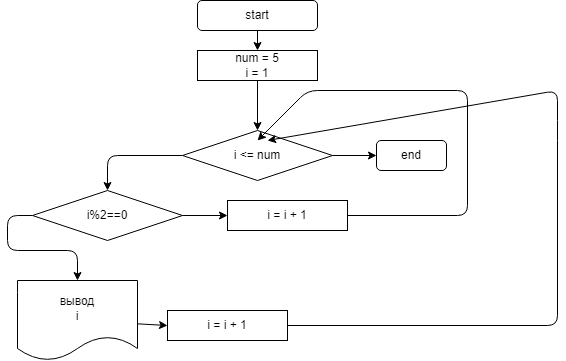
This is lesson_1/Task_4/diagram.drawio.png from 1Gar/C-Lessons, a draw.io export, as it was before one commit. Source tidied: cells renumbered, new cells last; positions are measured from the earlier drawing's top-left corner, leaving out a move shared by most shapes. The source it was exported from:
```xml
<mxGraphModel>
  <root>
    <mxCell id="0" />
    <mxCell id="1" parent="0" />
    <mxCell id="2" style="edgeStyle=none;html=1;" parent="1" edge="1" source="3" target="8">
      <mxGeometry relative="1" as="geometry" />
    </mxCell>
    <mxCell id="3" value="start" style="rounded=1;whiteSpace=wrap;html=1;" parent="1" vertex="1">
      <mxGeometry x="190" width="120" height="30" as="geometry" />
    </mxCell>
    <mxCell id="4" value="end" style="rounded=1;whiteSpace=wrap;html=1;" parent="1" vertex="1">
      <mxGeometry x="369" y="140" width="70" height="30" as="geometry" />
    </mxCell>
    <mxCell id="5" style="edgeStyle=none;html=1;entryX=0;entryY=0.5;entryDx=0;entryDy=0;" parent="1" edge="1" source="6" target="18">
      <mxGeometry relative="1" as="geometry" />
    </mxCell>
    <mxCell id="6" value="вывод&lt;br&gt;i" style="shape=document;whiteSpace=wrap;html=1;boundedLbl=1;" parent="1" vertex="1">
      <mxGeometry x="10" y="280" width="120" height="80" as="geometry" />
    </mxCell>
    <mxCell id="7" style="edgeStyle=none;html=1;entryX=0.5;entryY=0;entryDx=0;entryDy=0;" parent="1" edge="1" source="8" target="11">
      <mxGeometry relative="1" as="geometry" />
    </mxCell>
    <mxCell id="8" value="num = 5&lt;br&gt;i = 1&lt;br&gt;" style="rounded=0;whiteSpace=wrap;html=1;" parent="1" vertex="1">
      <mxGeometry x="190" y="50" width="120" height="30" as="geometry" />
    </mxCell>
    <mxCell id="9" style="edgeStyle=none;html=1;entryX=0.5;entryY=0;entryDx=0;entryDy=0;" parent="1" edge="1" source="11" target="14">
      <mxGeometry relative="1" as="geometry">
        <Array as="points">
          <mxPoint x="100" y="155" />
        </Array>
      </mxGeometry>
    </mxCell>
    <mxCell id="10" style="edgeStyle=none;html=1;entryX=0;entryY=0.5;entryDx=0;entryDy=0;" parent="1" edge="1" source="11" target="4">
      <mxGeometry relative="1" as="geometry" />
    </mxCell>
    <mxCell id="11" value="i &amp;lt;= num" style="rhombus;whiteSpace=wrap;html=1;" parent="1" vertex="1">
      <mxGeometry x="175" y="130" width="150" height="50" as="geometry" />
    </mxCell>
    <mxCell id="12" style="edgeStyle=none;html=1;entryX=0;entryY=0.5;entryDx=0;entryDy=0;" parent="1" edge="1" source="14" target="16">
      <mxGeometry relative="1" as="geometry" />
    </mxCell>
    <mxCell id="13" style="edgeStyle=none;html=1;entryX=0.5;entryY=0;entryDx=0;entryDy=0;" parent="1" edge="1" source="14" target="6">
      <mxGeometry relative="1" as="geometry">
        <Array as="points">
          <mxPoint y="215" />
          <mxPoint y="250" />
          <mxPoint x="70" y="250" />
        </Array>
      </mxGeometry>
    </mxCell>
    <mxCell id="14" value="i%2==0" style="rhombus;whiteSpace=wrap;html=1;" parent="1" vertex="1">
      <mxGeometry x="25" y="190" width="150" height="50" as="geometry" />
    </mxCell>
    <mxCell id="15" style="edgeStyle=none;html=1;" parent="1" edge="1" source="16">
      <mxGeometry relative="1" as="geometry">
        <mxPoint x="250" y="140" as="targetPoint" />
        <Array as="points">
          <mxPoint x="460" y="215" />
          <mxPoint x="460" y="90" />
          <mxPoint x="300" y="90" />
        </Array>
      </mxGeometry>
    </mxCell>
    <mxCell id="16" value="i = i + 1" style="rounded=0;whiteSpace=wrap;html=1;" parent="1" vertex="1">
      <mxGeometry x="220" y="200" width="120" height="30" as="geometry" />
    </mxCell>
    <mxCell id="17" style="edgeStyle=none;html=1;entryX=0.567;entryY=0.2;entryDx=0;entryDy=0;entryPerimeter=0;" parent="1" edge="1" source="18" target="11">
      <mxGeometry relative="1" as="geometry">
        <Array as="points">
          <mxPoint x="550" y="325" />
          <mxPoint x="550" y="130" />
          <mxPoint x="550" y="90" />
        </Array>
      </mxGeometry>
    </mxCell>
    <mxCell id="18" value="i = i + 1" style="rounded=0;whiteSpace=wrap;html=1;" parent="1" vertex="1">
      <mxGeometry x="160" y="310" width="120" height="30" as="geometry" />
    </mxCell>
  </root>
</mxGraphModel>
```
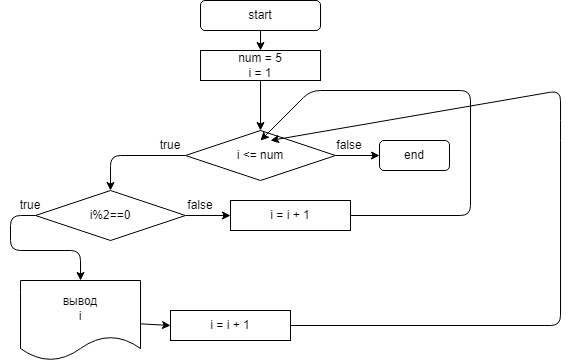
Later version of the same file.

Commit message:
diagram Task_4

The edit, as a diff of the source:
```diff
@@ -76,5 +76,17 @@
     <mxCell id="18" value="i = i + 1" style="rounded=0;whiteSpace=wrap;html=1;" parent="1" vertex="1">
       <mxGeometry x="160" y="310" width="120" height="30" as="geometry" />
     </mxCell>
+    <mxCell id="19" value="true" style="text;html=1;strokeColor=none;fillColor=none;align=center;verticalAlign=middle;whiteSpace=wrap;rounded=0;" parent="1" vertex="1">
+      <mxGeometry x="130" y="130" width="60" height="30" as="geometry" />
+    </mxCell>
+    <mxCell id="20" value="true" style="text;html=1;strokeColor=none;fillColor=none;align=center;verticalAlign=middle;whiteSpace=wrap;rounded=0;" parent="1" vertex="1">
+      <mxGeometry x="-10" y="190" width="60" height="30" as="geometry" />
+    </mxCell>
+    <mxCell id="21" value="false" style="text;html=1;strokeColor=none;fillColor=none;align=center;verticalAlign=middle;whiteSpace=wrap;rounded=0;" parent="1" vertex="1">
+      <mxGeometry x="160" y="190" width="60" height="30" as="geometry" />
+    </mxCell>
+    <mxCell id="22" value="false" style="text;html=1;strokeColor=none;fillColor=none;align=center;verticalAlign=middle;whiteSpace=wrap;rounded=0;" parent="1" vertex="1">
+      <mxGeometry x="309" y="130" width="60" height="30" as="geometry" />
+    </mxCell>
   </root>
 </mxGraphModel>
```
